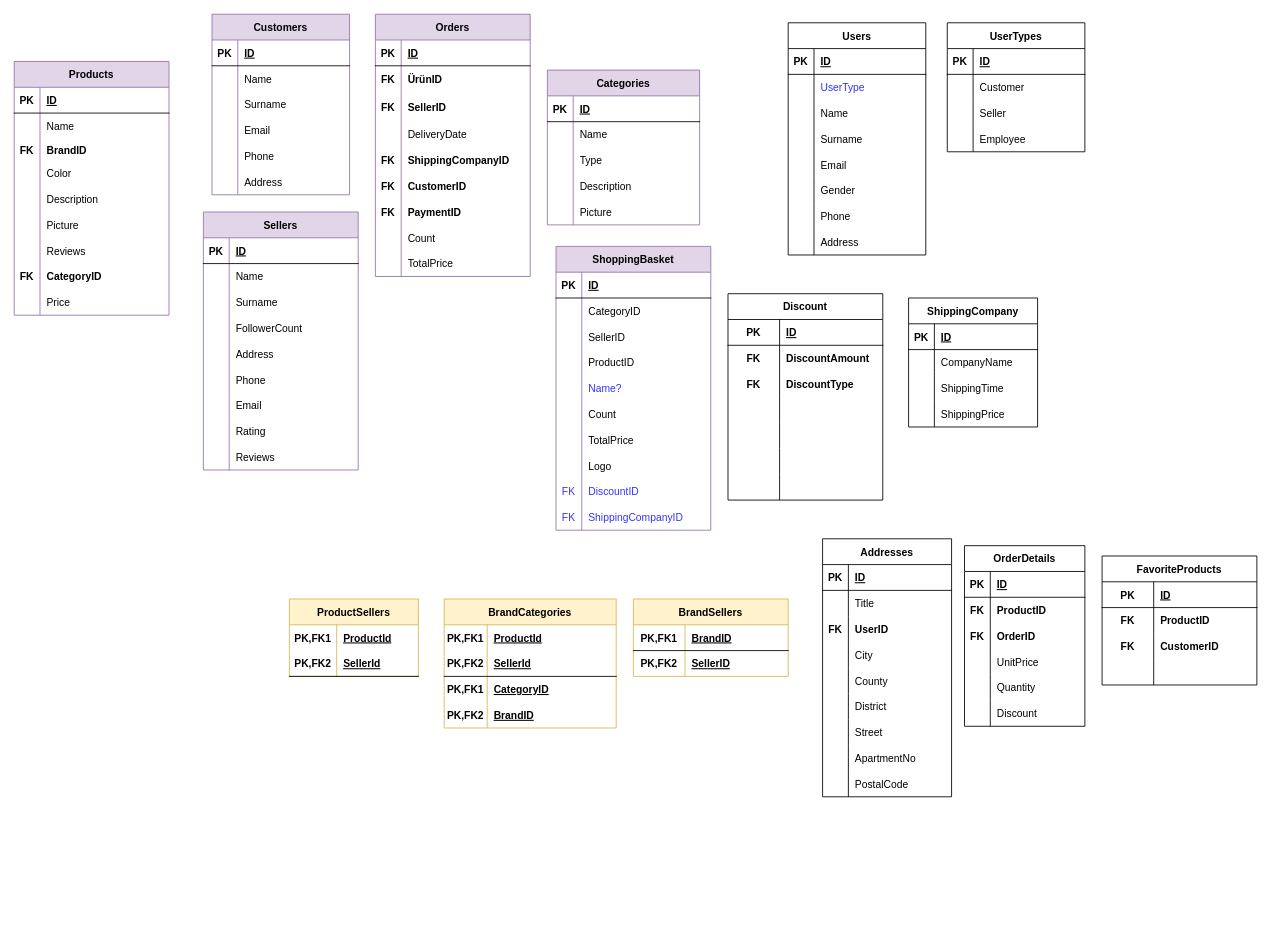
HandeYetisen/Python keeps this draw.io diagram as Son.drawio. Above is the earlier version. Source tidied: cells renumbered, new cells numbered last; positions are measured from the earlier drawing's top-left corner, leaving out a move shared by most shapes. Both pictures are drawn from the tidied source at 86%, with x=0, y=0 at pixel (14, 14).
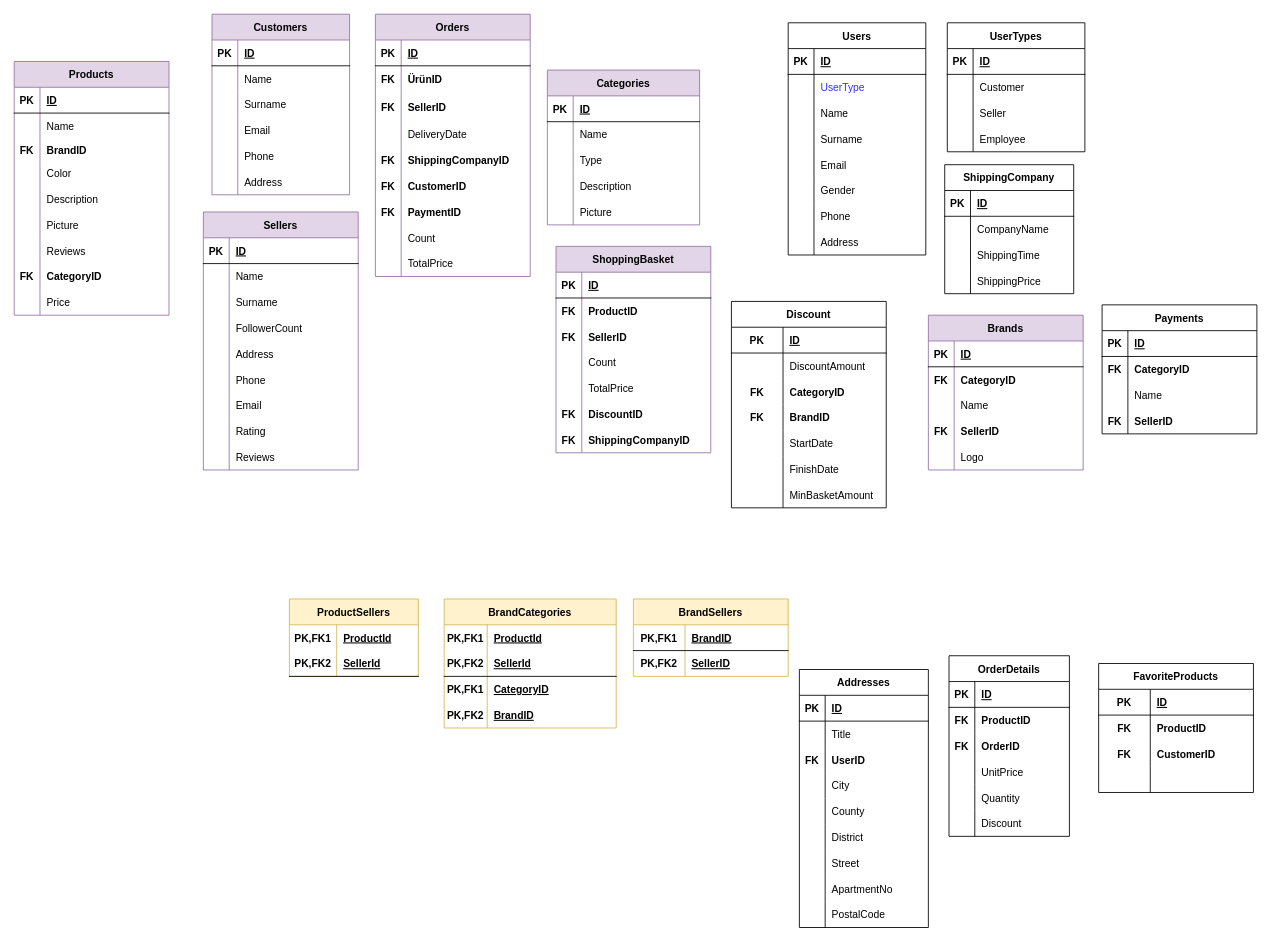
After the change.

Unchanged cells that the change refers to:
```xml
<mxCell id="174" style="shape=tableRow;horizontal=0;startSize=0;swimlaneHead=0;swimlaneBody=0;fillColor=none;top=0;left=0;right=0;bottom=0;" parent="170" vertex="1">
  <mxGeometry y="60" width="180" height="30" as="geometry" />
</mxCell>
<mxCell id="177" style="shape=tableRow;horizontal=0;startSize=0;swimlaneHead=0;swimlaneBody=0;fillColor=none;top=0;left=0;right=0;bottom=0;" parent="170" vertex="1">
  <mxGeometry y="90" width="180" height="30" as="geometry" />
</mxCell>
<mxCell id="180" style="shape=tableRow;horizontal=0;startSize=0;swimlaneHead=0;swimlaneBody=0;fillColor=none;top=0;left=0;right=0;bottom=0;" parent="170" vertex="1">
  <mxGeometry y="120" width="180" height="30" as="geometry" />
</mxCell>
<mxCell id="183" style="shape=tableRow;horizontal=0;startSize=0;swimlaneHead=0;swimlaneBody=0;fillColor=none;top=0;left=0;right=0;bottom=0;" parent="170" vertex="1">
  <mxGeometry y="150" width="180" height="30" as="geometry" />
</mxCell>
<mxCell id="186" style="shape=tableRow;horizontal=0;startSize=0;swimlaneHead=0;swimlaneBody=0;fillColor=none;top=0;left=0;right=0;bottom=0;" parent="170" vertex="1">
  <mxGeometry y="180" width="180" height="30" as="geometry" />
</mxCell>
<mxCell id="189" style="shape=tableRow;horizontal=0;startSize=0;swimlaneHead=0;swimlaneBody=0;fillColor=none;top=0;left=0;right=0;bottom=0;" parent="170" vertex="1">
  <mxGeometry y="210" width="180" height="30" as="geometry" />
</mxCell>
<mxCell id="221" style="shape=tableRow;horizontal=0;startSize=0;swimlaneHead=0;swimlaneBody=0;fillColor=none;top=0;left=0;right=0;bottom=0;" parent="217" vertex="1">
  <mxGeometry y="60" width="180" height="30" as="geometry" />
</mxCell>
<mxCell id="224" style="shape=tableRow;horizontal=0;startSize=0;swimlaneHead=0;swimlaneBody=0;fillColor=none;top=0;left=0;right=0;bottom=0;" parent="217" vertex="1">
  <mxGeometry y="90" width="180" height="30" as="geometry" />
</mxCell>
```

The edit, as a diff of the source:
```diff
@@
     <mxCell id="65" value="Addresses" style="shape=table;startSize=30;childLayout=tableLayout;rowLines=0;fontStyle=1;align=center;" parent="1" vertex="1">
-      <mxGeometry x="940" y="610" width="150" height="300" as="geometry" />
+      <mxGeometry x="913" y="762" width="150" height="300" as="geometry" />
     </mxCell>
@@
     <mxCell id="170" value="Discount" style="shape=table;startSize=30;childLayout=tableLayout;rowLines=0;fontStyle=1;align=center;" parent="1" vertex="1">
-      <mxGeometry x="830" y="325" width="180" height="240" as="geometry" />
+      <mxGeometry x="834" y="334" width="180" height="240" as="geometry" />
     </mxCell>
@@
-    <mxCell id="175" value="FK" style="shape=partialRectangle;fillColor=none;top=0;left=0;bottom=0;right=0;overflow=hidden;fontStyle=1;" parent="174" vertex="1">
+    <mxCell id="175" style="shape=partialRectangle;fillColor=none;top=0;left=0;bottom=0;right=0;overflow=hidden;fontStyle=1;" parent="174" vertex="1">
       <mxGeometry width="60" height="30" as="geometry" />
     </mxCell>
-    <mxCell id="176" value="DiscountAmount" style="shape=partialRectangle;fillColor=none;top=0;left=0;bottom=0;right=0;align=left;spacingLeft=6;overflow=hidden;fontStyle=1;" parent="174" vertex="1">
+    <mxCell id="176" value="DiscountAmount" style="shape=partialRectangle;fillColor=none;top=0;left=0;bottom=0;right=0;align=left;spacingLeft=6;overflow=hidden;fontStyle=0;" parent="174" vertex="1">
       <mxGeometry x="60" width="120" height="30" as="geometry" />
     </mxCell>
@@
-    <mxCell id="179" value="DiscountType" style="shape=partialRectangle;fillColor=none;top=0;left=0;bottom=0;right=0;align=left;spacingLeft=6;overflow=hidden;fontStyle=1;" parent="177" vertex="1">
+    <mxCell id="179" value="CategoryID" style="shape=partialRectangle;fillColor=none;top=0;left=0;bottom=0;right=0;align=left;spacingLeft=6;overflow=hidden;fontStyle=1;" parent="177" vertex="1">
       <mxGeometry x="60" width="120" height="30" as="geometry" />
     </mxCell>
@@
-    <mxCell id="181" style="shape=partialRectangle;fillColor=none;top=0;left=0;bottom=0;right=0;overflow=hidden;fontStyle=1;" parent="180" vertex="1">
+    <mxCell id="181" value="FK" style="shape=partialRectangle;fillColor=none;top=0;left=0;bottom=0;right=0;overflow=hidden;fontStyle=1;" parent="180" vertex="1">
       <mxGeometry width="60" height="30" as="geometry" />
     </mxCell>
-    <mxCell id="182" style="shape=partialRectangle;fillColor=none;top=0;left=0;bottom=0;right=0;align=left;spacingLeft=6;overflow=hidden;fontStyle=0;" parent="180" vertex="1">
+    <mxCell id="182" value="BrandID" style="shape=partialRectangle;fillColor=none;top=0;left=0;bottom=0;right=0;align=left;spacingLeft=6;overflow=hidden;fontStyle=1;" parent="180" vertex="1">
       <mxGeometry x="60" width="120" height="30" as="geometry" />
     </mxCell>
@@
-    <mxCell id="185" style="shape=partialRectangle;fillColor=none;top=0;left=0;bottom=0;right=0;align=left;spacingLeft=6;overflow=hidden;fontStyle=0;" parent="183" vertex="1">
+    <mxCell id="185" value="StartDate" style="shape=partialRectangle;fillColor=none;top=0;left=0;bottom=0;right=0;align=left;spacingLeft=6;overflow=hidden;fontStyle=0;" parent="183" vertex="1">
       <mxGeometry x="60" width="120" height="30" as="geometry" />
     </mxCell>
@@
-    <mxCell id="188" style="shape=partialRectangle;fillColor=none;top=0;left=0;bottom=0;right=0;align=left;spacingLeft=6;overflow=hidden;fontColor=#6666FF;" parent="186" vertex="1">
+    <mxCell id="188" value="FinishDate" style="shape=partialRectangle;fillColor=none;top=0;left=0;bottom=0;right=0;align=left;spacingLeft=6;overflow=hidden;fontColor=#000000;" parent="186" vertex="1">
       <mxGeometry x="60" width="120" height="30" as="geometry" />
     </mxCell>
@@
-    <mxCell id="191" style="shape=partialRectangle;fillColor=none;top=0;left=0;bottom=0;right=0;align=left;spacingLeft=6;overflow=hidden;fontColor=#3333FF;" parent="189" vertex="1">
+    <mxCell id="191" value="MinBasketAmount" style="shape=partialRectangle;fillColor=none;top=0;left=0;bottom=0;right=0;align=left;spacingLeft=6;overflow=hidden;fontColor=#000000;" parent="189" vertex="1">
       <mxGeometry x="60" width="120" height="30" as="geometry" />
     </mxCell>
@@
     <mxCell id="217" value="ShoppingBasket" style="shape=table;startSize=30;childLayout=tableLayout;rowLines=0;fontStyle=1;align=center;fillColor=#e1d5e7;strokeColor=#9673a6;" parent="1" vertex="1">
-      <mxGeometry x="630" y="270" width="180" height="330" as="geometry" />
+      <mxGeometry x="630" y="270" width="180" height="240" as="geometry" />
     </mxCell>
@@
-    <mxCell id="222" style="shape=partialRectangle;fillColor=none;top=0;left=0;bottom=0;right=0;overflow=hidden;" parent="221" vertex="1">
+    <mxCell id="222" value="FK" style="shape=partialRectangle;fillColor=none;top=0;left=0;bottom=0;right=0;overflow=hidden;fontStyle=1;" parent="221" vertex="1">
       <mxGeometry width="30" height="30" as="geometry" />
     </mxCell>
-    <mxCell id="223" value="CategoryID" style="shape=partialRectangle;fillColor=none;top=0;left=0;bottom=0;right=0;align=left;spacingLeft=6;overflow=hidden;" parent="221" vertex="1">
+    <mxCell id="223" value="ProductID" style="shape=partialRectangle;fillColor=none;top=0;left=0;bottom=0;right=0;align=left;spacingLeft=6;overflow=hidden;fontStyle=1;" parent="221" vertex="1">
       <mxGeometry x="30" width="150" height="30" as="geometry" />
     </mxCell>
@@
-    <mxCell id="225" style="shape=partialRectangle;fillColor=none;top=0;left=0;bottom=0;right=0;overflow=hidden;" parent="224" vertex="1">
+    <mxCell id="225" value="FK" style="shape=partialRectangle;fillColor=none;top=0;left=0;bottom=0;right=0;overflow=hidden;fontStyle=1;" parent="224" vertex="1">
       <mxGeometry width="30" height="30" as="geometry" />
     </mxCell>
-    <mxCell id="226" value="SellerID" style="shape=partialRectangle;fillColor=none;top=0;left=0;bottom=0;right=0;align=left;spacingLeft=6;overflow=hidden;" parent="224" vertex="1">
+    <mxCell id="226" value="SellerID" style="shape=partialRectangle;fillColor=none;top=0;left=0;bottom=0;right=0;align=left;spacingLeft=6;overflow=hidden;fontStyle=1;" parent="224" vertex="1">
       <mxGeometry x="30" width="150" height="30" as="geometry" />
     </mxCell>
-    <mxCell id="227" style="shape=tableRow;horizontal=0;startSize=0;swimlaneHead=0;swimlaneBody=0;fillColor=none;top=0;left=0;right=0;bottom=0;" parent="217" vertex="1">
-      <mxGeometry y="120" width="180" height="30" as="geometry" />
-    </mxCell>
-    <mxCell id="228" style="shape=partialRectangle;fillColor=none;top=0;left=0;bottom=0;right=0;overflow=hidden;" parent="227" vertex="1">
-      <mxGeometry width="30" height="30" as="geometry" />
-    </mxCell>
-    <mxCell id="229" value="ProductID" style="shape=partialRectangle;fillColor=none;top=0;left=0;bottom=0;right=0;align=left;spacingLeft=6;overflow=hidden;" parent="227" vertex="1">
-      <mxGeometry x="30" width="150" height="30" as="geometry" />
-    </mxCell>
-    <mxCell id="230" style="shape=tableRow;horizontal=0;startSize=0;swimlaneHead=0;swimlaneBody=0;fillColor=none;top=0;left=0;right=0;bottom=0;" parent="217" vertex="1">
-      <mxGeometry y="150" width="180" height="30" as="geometry" />
-    </mxCell>
-    <mxCell id="231" style="shape=partialRectangle;fillColor=none;top=0;left=0;bottom=0;right=0;overflow=hidden;" parent="230" vertex="1">
-      <mxGeometry width="30" height="30" as="geometry" />
-    </mxCell>
-    <mxCell id="232" value="Name?" style="shape=partialRectangle;fillColor=none;top=0;left=0;bottom=0;right=0;align=left;spacingLeft=6;overflow=hidden;fontColor=#3333FF;" parent="230" vertex="1">
-      <mxGeometry x="30" width="150" height="30" as="geometry" />
-    </mxCell>
     <mxCell id="233" style="shape=tableRow;horizontal=0;startSize=0;swimlaneHead=0;swimlaneBody=0;fillColor=none;top=0;left=0;right=0;bottom=0;" parent="217" vertex="1">
-      <mxGeometry y="180" width="180" height="30" as="geometry" />
+      <mxGeometry y="120" width="180" height="30" as="geometry" />
     </mxCell>
@@
     <mxCell id="236" style="shape=tableRow;horizontal=0;startSize=0;swimlaneHead=0;swimlaneBody=0;fillColor=none;top=0;left=0;right=0;bottom=0;" parent="217" vertex="1">
-      <mxGeometry y="210" width="180" height="30" as="geometry" />
+      <mxGeometry y="150" width="180" height="30" as="geometry" />
     </mxCell>
@@
-    <mxCell id="239" style="shape=tableRow;horizontal=0;startSize=0;swimlaneHead=0;swimlaneBody=0;fillColor=none;top=0;left=0;right=0;bottom=0;" parent="217" vertex="1">
-      <mxGeometry y="240" width="180" height="30" as="geometry" />
-    </mxCell>
-    <mxCell id="240" style="shape=partialRectangle;fillColor=none;top=0;left=0;bottom=0;right=0;overflow=hidden;" parent="239" vertex="1">
-      <mxGeometry width="30" height="30" as="geometry" />
-    </mxCell>
-    <mxCell id="241" value="Logo" style="shape=partialRectangle;fillColor=none;top=0;left=0;bottom=0;right=0;align=left;spacingLeft=6;overflow=hidden;" parent="239" vertex="1">
-      <mxGeometry x="30" width="150" height="30" as="geometry" />
-    </mxCell>
     <mxCell id="242" style="shape=tableRow;horizontal=0;startSize=0;swimlaneHead=0;swimlaneBody=0;fillColor=none;top=0;left=0;right=0;bottom=0;" parent="217" vertex="1">
-      <mxGeometry y="270" width="180" height="30" as="geometry" />
+      <mxGeometry y="180" width="180" height="30" as="geometry" />
     </mxCell>
-    <mxCell id="243" value="FK" style="shape=partialRectangle;fillColor=none;top=0;left=0;bottom=0;right=0;overflow=hidden;fontColor=#3333FF;" parent="242" vertex="1">
+    <mxCell id="243" value="FK" style="shape=partialRectangle;fillColor=none;top=0;left=0;bottom=0;right=0;overflow=hidden;fontColor=#000000;fontStyle=1;" parent="242" vertex="1">
       <mxGeometry width="30" height="30" as="geometry" />
     </mxCell>
-    <mxCell id="244" value="DiscountID" style="shape=partialRectangle;fillColor=none;top=0;left=0;bottom=0;right=0;align=left;spacingLeft=6;overflow=hidden;fontColor=#3333FF;" parent="242" vertex="1">
+    <mxCell id="244" value="DiscountID" style="shape=partialRectangle;fillColor=none;top=0;left=0;bottom=0;right=0;align=left;spacingLeft=6;overflow=hidden;fontColor=#000000;fontStyle=1;" parent="242" vertex="1">
       <mxGeometry x="30" width="150" height="30" as="geometry" />
     </mxCell>
     <mxCell id="245" style="shape=tableRow;horizontal=0;startSize=0;swimlaneHead=0;swimlaneBody=0;fillColor=none;top=0;left=0;right=0;bottom=0;" parent="217" vertex="1">
-      <mxGeometry y="300" width="180" height="30" as="geometry" />
+      <mxGeometry y="210" width="180" height="30" as="geometry" />
     </mxCell>
-    <mxCell id="246" value="FK" style="shape=partialRectangle;fillColor=none;top=0;left=0;bottom=0;right=0;overflow=hidden;fontColor=#3333FF;" parent="245" vertex="1">
+    <mxCell id="246" value="FK" style="shape=partialRectangle;fillColor=none;top=0;left=0;bottom=0;right=0;overflow=hidden;fontColor=#000000;fontStyle=1;" parent="245" vertex="1">
       <mxGeometry width="30" height="30" as="geometry" />
     </mxCell>
-    <mxCell id="247" value="ShippingCompanyID" style="shape=partialRectangle;fillColor=none;top=0;left=0;bottom=0;right=0;align=left;spacingLeft=6;overflow=hidden;fontColor=#3333FF;" parent="245" vertex="1">
+    <mxCell id="247" value="ShippingCompanyID" style="shape=partialRectangle;fillColor=none;top=0;left=0;bottom=0;right=0;align=left;spacingLeft=6;overflow=hidden;fontColor=#000000;fontStyle=1;" parent="245" vertex="1">
       <mxGeometry x="30" width="150" height="30" as="geometry" />
     </mxCell>
@@
     <mxCell id="255" value="ShippingCompany" style="shape=table;startSize=30;childLayout=tableLayout;rowLines=0;fontStyle=1;align=center;" parent="1" vertex="1">
-      <mxGeometry x="1040" y="330" width="150" height="150" as="geometry" />
+      <mxGeometry x="1082" y="175" width="150" height="150" as="geometry" />
     </mxCell>
@@
     <mxCell id="281" value="OrderDetails" style="shape=table;startSize=30;childLayout=tableLayout;rowLines=0;fontStyle=1;align=center;" parent="1" vertex="1">
-      <mxGeometry x="1105" y="618" width="140" height="210" as="geometry" />
+      <mxGeometry x="1087" y="746" width="140" height="210" as="geometry" />
     </mxCell>
@@
     <mxCell id="300" value="FavoriteProducts" style="shape=table;startSize=30;childLayout=tableLayout;rowLines=0;fontStyle=1;align=center;" parent="1" vertex="1">
-      <mxGeometry x="1265" y="630" width="180" height="150" as="geometry" />
+      <mxGeometry x="1261" y="755" width="180" height="150" as="geometry" />
     </mxCell>
@@
+    <mxCell id="313" value="Brands" style="shape=table;startSize=30;childLayout=tableLayout;rowLines=0;fontStyle=1;align=center;fillColor=#e1d5e7;strokeColor=#9673a6;" parent="1" vertex="1">
+      <mxGeometry x="1063" y="350" width="180" height="180" as="geometry" />
+    </mxCell>
+    <mxCell id="314" style="shape=tableRow;horizontal=0;startSize=0;swimlaneHead=0;swimlaneBody=0;fillColor=none;top=0;left=0;right=0;bottom=1;" parent="313" vertex="1">
+      <mxGeometry y="30" width="180" height="30" as="geometry" />
+    </mxCell>
+    <mxCell id="315" value="PK" style="shape=partialRectangle;fillColor=none;top=0;left=0;bottom=0;right=0;fontStyle=1;overflow=hidden;" parent="314" vertex="1">
+      <mxGeometry width="30" height="30" as="geometry" />
+    </mxCell>
+    <mxCell id="316" value="ID" style="shape=partialRectangle;fillColor=none;top=0;left=0;bottom=0;right=0;align=left;spacingLeft=6;fontStyle=5;overflow=hidden;" parent="314" vertex="1">
+      <mxGeometry x="30" width="150" height="30" as="geometry" />
+    </mxCell>
+    <mxCell id="317" style="shape=tableRow;horizontal=0;startSize=0;swimlaneHead=0;swimlaneBody=0;fillColor=none;top=0;left=0;right=0;bottom=0;" parent="313" vertex="1">
+      <mxGeometry y="60" width="180" height="30" as="geometry" />
+    </mxCell>
+    <mxCell id="318" value="FK" style="shape=partialRectangle;fillColor=none;top=0;left=0;bottom=0;right=0;overflow=hidden;fontStyle=1;" parent="317" vertex="1">
+      <mxGeometry width="30" height="30" as="geometry" />
+    </mxCell>
+    <mxCell id="319" value="CategoryID" style="shape=partialRectangle;fillColor=none;top=0;left=0;bottom=0;right=0;align=left;spacingLeft=6;overflow=hidden;fontStyle=1;" parent="317" vertex="1">
+      <mxGeometry x="30" width="150" height="30" as="geometry" />
+    </mxCell>
+    <mxCell id="320" style="shape=tableRow;horizontal=0;startSize=0;swimlaneHead=0;swimlaneBody=0;fillColor=none;top=0;left=0;right=0;bottom=0;" parent="313" vertex="1">
+      <mxGeometry y="90" width="180" height="30" as="geometry" />
+    </mxCell>
+    <mxCell id="321" style="shape=partialRectangle;fillColor=none;top=0;left=0;bottom=0;right=0;overflow=hidden;" parent="320" vertex="1">
+      <mxGeometry width="30" height="30" as="geometry" />
+    </mxCell>
+    <mxCell id="322" value="Name" style="shape=partialRectangle;fillColor=none;top=0;left=0;bottom=0;right=0;align=left;spacingLeft=6;overflow=hidden;" parent="320" vertex="1">
+      <mxGeometry x="30" width="150" height="30" as="geometry" />
+    </mxCell>
+    <mxCell id="323" style="shape=tableRow;horizontal=0;startSize=0;swimlaneHead=0;swimlaneBody=0;fillColor=none;top=0;left=0;right=0;bottom=0;" parent="313" vertex="1">
+      <mxGeometry y="120" width="180" height="30" as="geometry" />
+    </mxCell>
+    <mxCell id="324" value="FK" style="shape=partialRectangle;fillColor=none;top=0;left=0;bottom=0;right=0;overflow=hidden;fontStyle=1;" parent="323" vertex="1">
+      <mxGeometry width="30" height="30" as="geometry" />
+    </mxCell>
+    <mxCell id="325" value="SellerID" style="shape=partialRectangle;fillColor=none;top=0;left=0;bottom=0;right=0;align=left;spacingLeft=6;overflow=hidden;fontStyle=1;" parent="323" vertex="1">
+      <mxGeometry x="30" width="150" height="30" as="geometry" />
+    </mxCell>
+    <mxCell id="230" style="shape=tableRow;horizontal=0;startSize=0;swimlaneHead=0;swimlaneBody=0;fillColor=none;top=0;left=0;right=0;bottom=0;" parent="313" vertex="1">
+      <mxGeometry y="150" width="180" height="30" as="geometry" />
+    </mxCell>
+    <mxCell id="326" style="shape=partialRectangle;fillColor=none;top=0;left=0;bottom=0;right=0;overflow=hidden;fontStyle=1;" parent="230" vertex="1">
+      <mxGeometry width="30" height="30" as="geometry" />
+    </mxCell>
+    <mxCell id="241" value="Logo" style="shape=partialRectangle;fillColor=none;top=0;left=0;bottom=0;right=0;align=left;spacingLeft=6;overflow=hidden;fontStyle=0;" parent="230" vertex="1">
+      <mxGeometry x="30" width="150" height="30" as="geometry" />
+    </mxCell>
+    <mxCell id="327" value="Payments" style="shape=table;startSize=30;childLayout=tableLayout;rowLines=0;fontStyle=1;align=center;" parent="1" vertex="1">
+      <mxGeometry x="1265" y="338" width="180" height="150" as="geometry" />
+    </mxCell>
+    <mxCell id="328" style="shape=tableRow;horizontal=0;startSize=0;swimlaneHead=0;swimlaneBody=0;fillColor=none;top=0;left=0;right=0;bottom=1;" parent="327" vertex="1">
+      <mxGeometry y="30" width="180" height="30" as="geometry" />
+    </mxCell>
+    <mxCell id="329" value="PK" style="shape=partialRectangle;fillColor=none;top=0;left=0;bottom=0;right=0;fontStyle=1;overflow=hidden;" parent="328" vertex="1">
+      <mxGeometry width="30" height="30" as="geometry" />
+    </mxCell>
+    <mxCell id="330" value="ID" style="shape=partialRectangle;fillColor=none;top=0;left=0;bottom=0;right=0;align=left;spacingLeft=6;fontStyle=5;overflow=hidden;" parent="328" vertex="1">
+      <mxGeometry x="30" width="150" height="30" as="geometry" />
+    </mxCell>
+    <mxCell id="331" style="shape=tableRow;horizontal=0;startSize=0;swimlaneHead=0;swimlaneBody=0;fillColor=none;top=0;left=0;right=0;bottom=0;" parent="327" vertex="1">
+      <mxGeometry y="60" width="180" height="30" as="geometry" />
+    </mxCell>
+    <mxCell id="332" value="FK" style="shape=partialRectangle;fillColor=none;top=0;left=0;bottom=0;right=0;overflow=hidden;fontStyle=1;" parent="331" vertex="1">
+      <mxGeometry width="30" height="30" as="geometry" />
+    </mxCell>
+    <mxCell id="333" value="CategoryID" style="shape=partialRectangle;fillColor=none;top=0;left=0;bottom=0;right=0;align=left;spacingLeft=6;overflow=hidden;fontStyle=1;" parent="331" vertex="1">
+      <mxGeometry x="30" width="150" height="30" as="geometry" />
+    </mxCell>
+    <mxCell id="334" style="shape=tableRow;horizontal=0;startSize=0;swimlaneHead=0;swimlaneBody=0;fillColor=none;top=0;left=0;right=0;bottom=0;" parent="327" vertex="1">
+      <mxGeometry y="90" width="180" height="30" as="geometry" />
+    </mxCell>
+    <mxCell id="335" style="shape=partialRectangle;fillColor=none;top=0;left=0;bottom=0;right=0;overflow=hidden;" parent="334" vertex="1">
+      <mxGeometry width="30" height="30" as="geometry" />
+    </mxCell>
+    <mxCell id="336" value="Name" style="shape=partialRectangle;fillColor=none;top=0;left=0;bottom=0;right=0;align=left;spacingLeft=6;overflow=hidden;" parent="334" vertex="1">
+      <mxGeometry x="30" width="150" height="30" as="geometry" />
+    </mxCell>
+    <mxCell id="337" style="shape=tableRow;horizontal=0;startSize=0;swimlaneHead=0;swimlaneBody=0;fillColor=none;top=0;left=0;right=0;bottom=0;" parent="327" vertex="1">
+      <mxGeometry y="120" width="180" height="30" as="geometry" />
+    </mxCell>
+    <mxCell id="338" value="FK" style="shape=partialRectangle;fillColor=none;top=0;left=0;bottom=0;right=0;overflow=hidden;fontStyle=1;" parent="337" vertex="1">
+      <mxGeometry width="30" height="30" as="geometry" />
+    </mxCell>
+    <mxCell id="339" value="SellerID" style="shape=partialRectangle;fillColor=none;top=0;left=0;bottom=0;right=0;align=left;spacingLeft=6;overflow=hidden;fontStyle=1;" parent="337" vertex="1">
+      <mxGeometry x="30" width="150" height="30" as="geometry" />
+    </mxCell>
```
